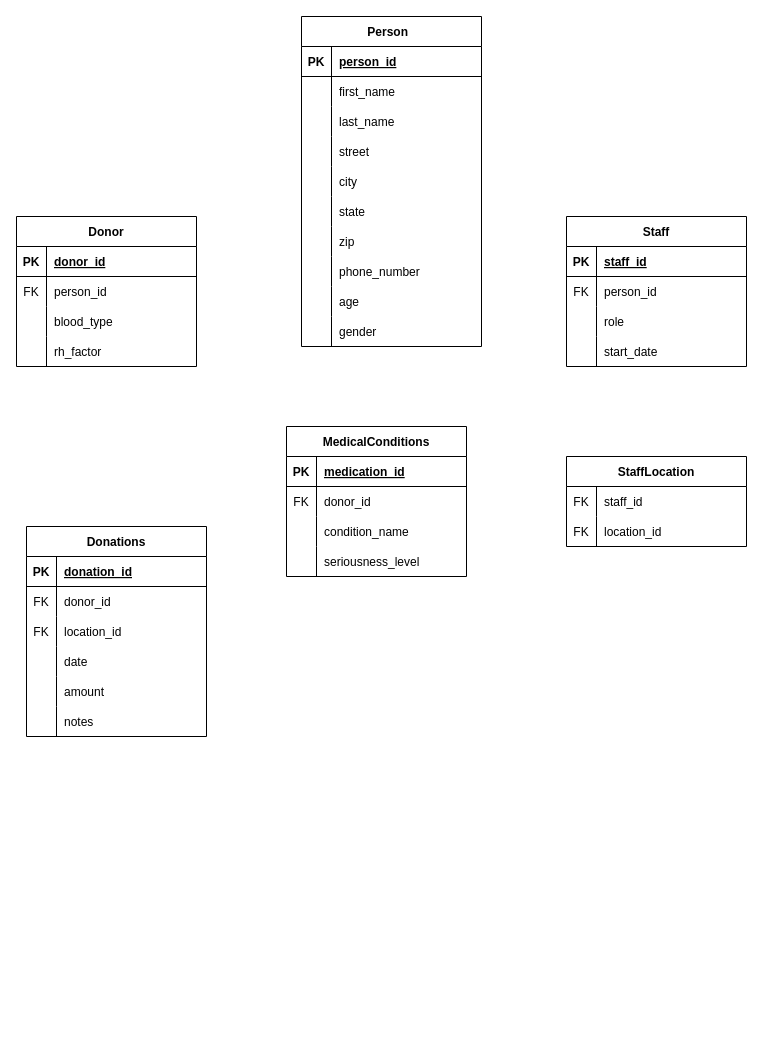
This is SQLER.drawio from GitLlamma/UML_Diagrams, a draw.io file, before an edit. Source tidied: cells renumbered, new cells numbered last; positions are measured from the earlier drawing's top-left corner, leaving out a move shared by most shapes. Both pictures are drawn from the tidied source at 100%, with x=0, y=0 at pixel (16, 16).
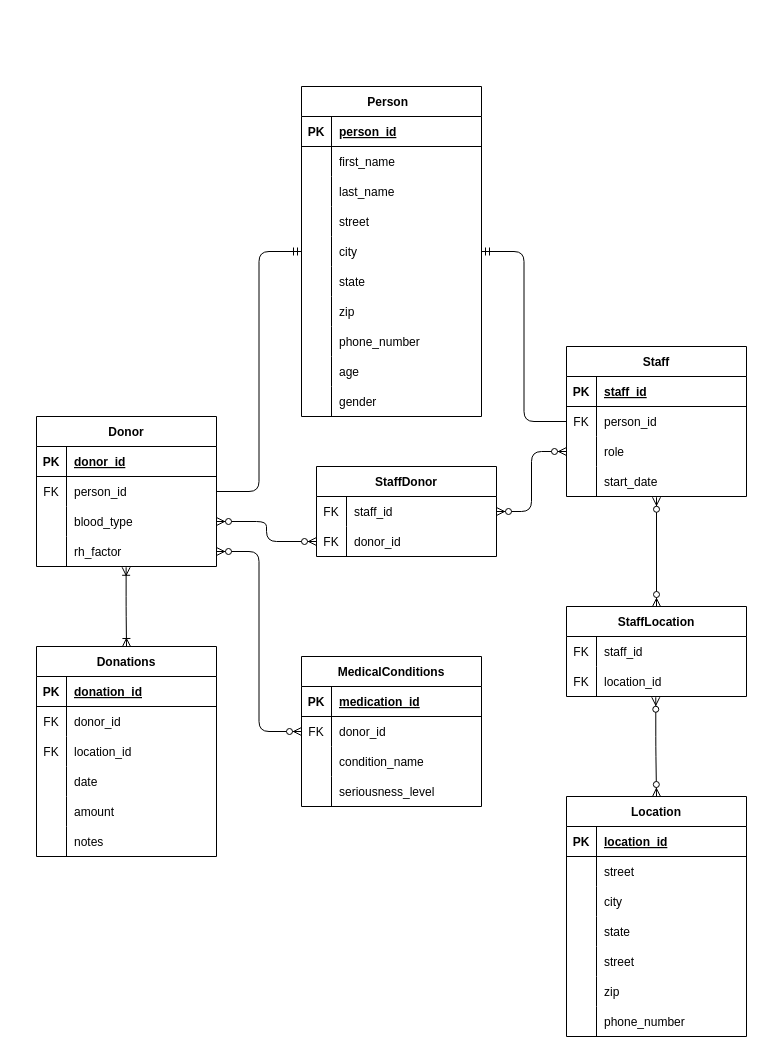
After the change.

The change refers to these unchanged cells:
```xml
<mxCell id="15" style="shape=tableRow;horizontal=0;startSize=0;swimlaneHead=0;swimlaneBody=0;fillColor=none;points=[[0,0.5],[1,0.5]];portConstraint=eastwest;top=0;left=0;right=0;bottom=0;" parent="2" vertex="1">
  <mxGeometry y="150" width="180" height="30" as="geometry" />
</mxCell>
<mxCell id="37" style="shape=tableRow;horizontal=0;startSize=0;swimlaneHead=0;swimlaneBody=0;fillColor=none;points=[[0,0.5],[1,0.5]];portConstraint=eastwest;top=0;left=0;right=0;bottom=0;" parent="33" vertex="1">
  <mxGeometry y="60" width="180" height="30" as="geometry" />
</mxCell>
<mxCell id="40" style="shape=tableRow;horizontal=0;startSize=0;swimlaneHead=0;swimlaneBody=0;fillColor=none;points=[[0,0.5],[1,0.5]];portConstraint=eastwest;top=0;left=0;right=0;bottom=0;" parent="33" vertex="1">
  <mxGeometry y="90" width="180" height="30" as="geometry" />
</mxCell>
<mxCell id="43" style="shape=tableRow;horizontal=0;startSize=0;swimlaneHead=0;swimlaneBody=0;fillColor=none;points=[[0,0.5],[1,0.5]];portConstraint=eastwest;top=0;left=0;right=0;bottom=0;" parent="33" vertex="1">
  <mxGeometry y="120" width="180" height="30" as="geometry" />
</mxCell>
<mxCell id="50" style="shape=tableRow;horizontal=0;startSize=0;swimlaneHead=0;swimlaneBody=0;fillColor=none;points=[[0,0.5],[1,0.5]];portConstraint=eastwest;top=0;left=0;right=0;bottom=0;" parent="46" vertex="1">
  <mxGeometry y="60" width="180" height="30" as="geometry" />
</mxCell>
<mxCell id="53" style="shape=tableRow;horizontal=0;startSize=0;swimlaneHead=0;swimlaneBody=0;fillColor=none;points=[[0,0.5],[1,0.5]];portConstraint=eastwest;top=0;left=0;right=0;bottom=0;" parent="46" vertex="1">
  <mxGeometry y="90" width="180" height="30" as="geometry" />
</mxCell>
<mxCell id="56" style="shape=tableRow;horizontal=0;startSize=0;swimlaneHead=0;swimlaneBody=0;fillColor=none;points=[[0,0.5],[1,0.5]];portConstraint=eastwest;top=0;left=0;right=0;bottom=0;" parent="46" vertex="1">
  <mxGeometry y="120" width="180" height="30" as="geometry" />
</mxCell>
<mxCell id="63" style="shape=tableRow;horizontal=0;startSize=0;swimlaneHead=0;swimlaneBody=0;fillColor=none;points=[[0,0.5],[1,0.5]];portConstraint=eastwest;top=0;left=0;right=0;bottom=0;" parent="59" vertex="1">
  <mxGeometry y="60" width="180" height="30" as="geometry" />
</mxCell>
<mxCell id="95" style="shape=tableRow;horizontal=0;startSize=0;swimlaneHead=0;swimlaneBody=0;fillColor=none;points=[[0,0.5],[1,0.5]];portConstraint=eastwest;top=0;left=0;right=0;bottom=0;" parent="91" vertex="1">
  <mxGeometry y="60" width="180" height="30" as="geometry" />
</mxCell>
```

The edit, as a diff of the source:
```diff
@@
     <mxCell id="2" value="Person  " style="shape=table;startSize=30;childLayout=tableLayout;rowLines=0;fontStyle=1;align=center;" parent="1" vertex="1">
-      <mxGeometry x="285" width="180" height="330" as="geometry" />
+      <mxGeometry x="285" y="70" width="180" height="330" as="geometry" />
     </mxCell>
@@
     <mxCell id="33" value="Donor" style="shape=table;startSize=30;childLayout=tableLayout;rowLines=0;fontStyle=1;align=center;" parent="1" vertex="1">
-      <mxGeometry y="200" width="180" height="150" as="geometry" />
+      <mxGeometry x="20" y="400" width="180" height="150" as="geometry" />
     </mxCell>
@@
     <mxCell id="46" value="Staff" style="shape=table;startSize=30;childLayout=tableLayout;rowLines=0;fontStyle=1;align=center;" parent="1" vertex="1">
-      <mxGeometry x="550" y="200" width="180" height="150" as="geometry" />
+      <mxGeometry x="550" y="330" width="180" height="150" as="geometry" />
     </mxCell>
@@
     <mxCell id="59" value="MedicalConditions" style="shape=table;startSize=30;childLayout=tableLayout;rowLines=0;fontStyle=1;align=center;" parent="1" vertex="1">
-      <mxGeometry x="270" y="410" width="180" height="150" as="geometry" />
+      <mxGeometry x="285" y="640" width="180" height="150" as="geometry" />
     </mxCell>
@@
     <mxCell id="72" value="Donations" style="shape=table;startSize=30;childLayout=tableLayout;rowLines=0;fontStyle=1;align=center;" parent="1" vertex="1">
-      <mxGeometry x="10" y="510" width="180" height="210" as="geometry" />
+      <mxGeometry x="20" y="630" width="180" height="210" as="geometry" />
     </mxCell>
@@
     <mxCell id="91" value="StaffLocation" style="shape=table;startSize=30;childLayout=tableLayout;rowLines=0;fontStyle=1;align=center;" parent="1" vertex="1">
-      <mxGeometry x="550" y="440" width="180" height="90" as="geometry" />
+      <mxGeometry x="550" y="590" width="180" height="90" as="geometry" />
     </mxCell>
@@
+    <mxCell id="98" value="Location" style="shape=table;startSize=30;childLayout=tableLayout;rowLines=0;fontStyle=1;align=center;" parent="1" vertex="1">
+      <mxGeometry x="550" y="780" width="180" height="240" as="geometry" />
+    </mxCell>
+    <mxCell id="99" style="shape=tableRow;horizontal=0;startSize=0;swimlaneHead=0;swimlaneBody=0;fillColor=none;top=0;left=0;right=0;bottom=1;" parent="98" vertex="1">
+      <mxGeometry y="30" width="180" height="30" as="geometry" />
+    </mxCell>
+    <mxCell id="100" value="PK" style="shape=partialRectangle;fillColor=none;top=0;left=0;bottom=0;right=0;fontStyle=1;overflow=hidden;" parent="99" vertex="1">
+      <mxGeometry width="30" height="30" as="geometry" />
+    </mxCell>
+    <mxCell id="101" value="location_id" style="shape=partialRectangle;fillColor=none;top=0;left=0;bottom=0;right=0;align=left;spacingLeft=6;fontStyle=5;overflow=hidden;" parent="99" vertex="1">
+      <mxGeometry x="30" width="150" height="30" as="geometry" />
+    </mxCell>
+    <mxCell id="102" style="shape=tableRow;horizontal=0;startSize=0;swimlaneHead=0;swimlaneBody=0;fillColor=none;top=0;left=0;right=0;bottom=0;" parent="98" vertex="1">
+      <mxGeometry y="60" width="180" height="30" as="geometry" />
+    </mxCell>
+    <mxCell id="103" style="shape=partialRectangle;fillColor=none;top=0;left=0;bottom=0;right=0;overflow=hidden;" parent="102" vertex="1">
+      <mxGeometry width="30" height="30" as="geometry" />
+    </mxCell>
+    <mxCell id="104" value="street" style="shape=partialRectangle;fillColor=none;top=0;left=0;bottom=0;right=0;align=left;spacingLeft=6;overflow=hidden;" parent="102" vertex="1">
+      <mxGeometry x="30" width="150" height="30" as="geometry" />
+    </mxCell>
+    <mxCell id="105" style="shape=tableRow;horizontal=0;startSize=0;swimlaneHead=0;swimlaneBody=0;fillColor=none;top=0;left=0;right=0;bottom=0;" parent="98" vertex="1">
+      <mxGeometry y="90" width="180" height="30" as="geometry" />
+    </mxCell>
+    <mxCell id="106" style="shape=partialRectangle;fillColor=none;top=0;left=0;bottom=0;right=0;overflow=hidden;" parent="105" vertex="1">
+      <mxGeometry width="30" height="30" as="geometry" />
+    </mxCell>
+    <mxCell id="107" value="city" style="shape=partialRectangle;fillColor=none;top=0;left=0;bottom=0;right=0;align=left;spacingLeft=6;overflow=hidden;" parent="105" vertex="1">
+      <mxGeometry x="30" width="150" height="30" as="geometry" />
+    </mxCell>
+    <mxCell id="108" style="shape=tableRow;horizontal=0;startSize=0;swimlaneHead=0;swimlaneBody=0;fillColor=none;top=0;left=0;right=0;bottom=0;" parent="98" vertex="1">
+      <mxGeometry y="120" width="180" height="30" as="geometry" />
+    </mxCell>
+    <mxCell id="109" style="shape=partialRectangle;fillColor=none;top=0;left=0;bottom=0;right=0;overflow=hidden;" parent="108" vertex="1">
+      <mxGeometry width="30" height="30" as="geometry" />
+    </mxCell>
+    <mxCell id="110" value="state" style="shape=partialRectangle;fillColor=none;top=0;left=0;bottom=0;right=0;align=left;spacingLeft=6;overflow=hidden;" parent="108" vertex="1">
+      <mxGeometry x="30" width="150" height="30" as="geometry" />
+    </mxCell>
+    <mxCell id="111" style="shape=tableRow;horizontal=0;startSize=0;swimlaneHead=0;swimlaneBody=0;fillColor=none;top=0;left=0;right=0;bottom=0;" parent="98" vertex="1">
+      <mxGeometry y="150" width="180" height="30" as="geometry" />
+    </mxCell>
+    <mxCell id="112" style="shape=partialRectangle;fillColor=none;top=0;left=0;bottom=0;right=0;overflow=hidden;" parent="111" vertex="1">
+      <mxGeometry width="30" height="30" as="geometry" />
+    </mxCell>
+    <mxCell id="113" value="street" style="shape=partialRectangle;fillColor=none;top=0;left=0;bottom=0;right=0;align=left;spacingLeft=6;overflow=hidden;" parent="111" vertex="1">
+      <mxGeometry x="30" width="150" height="30" as="geometry" />
+    </mxCell>
+    <mxCell id="114" style="shape=tableRow;horizontal=0;startSize=0;swimlaneHead=0;swimlaneBody=0;fillColor=none;top=0;left=0;right=0;bottom=0;" parent="98" vertex="1">
+      <mxGeometry y="180" width="180" height="30" as="geometry" />
+    </mxCell>
+    <mxCell id="115" style="shape=partialRectangle;fillColor=none;top=0;left=0;bottom=0;right=0;overflow=hidden;" parent="114" vertex="1">
+      <mxGeometry width="30" height="30" as="geometry" />
+    </mxCell>
+    <mxCell id="116" value="zip" style="shape=partialRectangle;fillColor=none;top=0;left=0;bottom=0;right=0;align=left;spacingLeft=6;overflow=hidden;" parent="114" vertex="1">
+      <mxGeometry x="30" width="150" height="30" as="geometry" />
+    </mxCell>
+    <mxCell id="117" style="shape=tableRow;horizontal=0;startSize=0;swimlaneHead=0;swimlaneBody=0;fillColor=none;top=0;left=0;right=0;bottom=0;" parent="98" vertex="1">
+      <mxGeometry y="210" width="180" height="30" as="geometry" />
+    </mxCell>
+    <mxCell id="118" style="shape=partialRectangle;fillColor=none;top=0;left=0;bottom=0;right=0;overflow=hidden;" parent="117" vertex="1">
+      <mxGeometry width="30" height="30" as="geometry" />
+    </mxCell>
+    <mxCell id="119" value="phone_number" style="shape=partialRectangle;fillColor=none;top=0;left=0;bottom=0;right=0;align=left;spacingLeft=6;overflow=hidden;" parent="117" vertex="1">
+      <mxGeometry x="30" width="150" height="30" as="geometry" />
+    </mxCell>
+    <mxCell id="120" style="edgeStyle=orthogonalEdgeStyle;rounded=1;jettySize=auto;html=1;entryX=0.5;entryY=0;entryDx=0;entryDy=0;endArrow=ERoneToMany;fontSize=12;startArrow=ERoneToMany;exitX=0.498;exitY=1.026;exitDx=0;exitDy=0;exitPerimeter=0;" parent="1" edge="1" source="43" target="72">
+      <mxGeometry relative="1" as="geometry" />
+    </mxCell>
+    <mxCell id="121" style="edgeStyle=orthogonalEdgeStyle;rounded=1;jettySize=auto;html=1;exitX=1;exitY=0.5;exitDx=0;exitDy=0;entryX=0;entryY=0.5;entryDx=0;entryDy=0;endArrow=ERzeroToMany;fontSize=12;endFill=1;startArrow=ERzeroToMany;" parent="1" edge="1" source="43" target="63">
+      <mxGeometry relative="1" as="geometry" />
+    </mxCell>
+    <mxCell id="122" style="edgeStyle=orthogonalEdgeStyle;rounded=1;jettySize=auto;html=1;exitX=0.5;exitY=1.026;exitDx=0;exitDy=0;entryX=0.5;entryY=0;entryDx=0;entryDy=0;endArrow=ERzeroToMany;fontSize=12;endFill=1;startArrow=ERzeroToMany;exitPerimeter=0;" parent="1" edge="1" source="56" target="91">
+      <mxGeometry relative="1" as="geometry" />
+    </mxCell>
+    <mxCell id="123" style="edgeStyle=orthogonalEdgeStyle;rounded=1;jettySize=auto;html=1;exitX=0.496;exitY=1.026;exitDx=0;exitDy=0;entryX=0.5;entryY=0;entryDx=0;entryDy=0;endArrow=ERzeroToMany;fontSize=12;endFill=1;startArrow=ERzeroToMany;exitPerimeter=0;" parent="1" edge="1" source="95" target="98">
+      <mxGeometry relative="1" as="geometry" />
+    </mxCell>
+    <mxCell id="124" style="edgeStyle=orthogonalEdgeStyle;rounded=1;jettySize=auto;html=1;exitX=1;exitY=0.5;exitDx=0;exitDy=0;entryX=0;entryY=0.5;entryDx=0;entryDy=0;endArrow=ERmandOne;fontSize=12;" parent="1" edge="1" source="37" target="15">
+      <mxGeometry relative="1" as="geometry" />
+    </mxCell>
+    <mxCell id="125" style="edgeStyle=orthogonalEdgeStyle;rounded=1;jettySize=auto;html=1;exitX=0;exitY=0.5;exitDx=0;exitDy=0;endArrow=ERmandOne;fontSize=12;entryX=1;entryY=0.5;entryDx=0;entryDy=0;" parent="1" edge="1" source="50" target="15">
+      <mxGeometry relative="1" as="geometry" />
+    </mxCell>
+    <mxCell id="126" value="StaffDonor" style="shape=table;startSize=30;childLayout=tableLayout;rowLines=0;fontStyle=1;align=center;" parent="1" vertex="1">
+      <mxGeometry x="300" y="450" width="180" height="90" as="geometry" />
+    </mxCell>
+    <mxCell id="127" style="shape=tableRow;horizontal=0;startSize=0;swimlaneHead=0;swimlaneBody=0;fillColor=none;points=[[0,0.5],[1,0.5]];portConstraint=eastwest;top=0;left=0;right=0;bottom=0;" parent="126" vertex="1">
+      <mxGeometry y="30" width="180" height="30" as="geometry" />
+    </mxCell>
+    <mxCell id="128" value="FK" style="shape=partialRectangle;fillColor=none;top=0;left=0;bottom=0;right=0;fontStyle=0;overflow=hidden;" parent="127" vertex="1">
+      <mxGeometry width="30" height="30" as="geometry" />
+    </mxCell>
+    <mxCell id="129" value="staff_id" style="shape=partialRectangle;fillColor=none;top=0;left=0;bottom=0;right=0;align=left;spacingLeft=6;fontStyle=0;overflow=hidden;" parent="127" vertex="1">
+      <mxGeometry x="30" width="150" height="30" as="geometry" />
+    </mxCell>
+    <mxCell id="130" style="shape=tableRow;horizontal=0;startSize=0;swimlaneHead=0;swimlaneBody=0;fillColor=none;points=[[0,0.5],[1,0.5]];portConstraint=eastwest;top=0;left=0;right=0;bottom=0;" parent="126" vertex="1">
+      <mxGeometry y="60" width="180" height="30" as="geometry" />
+    </mxCell>
+    <mxCell id="131" value="FK" style="shape=partialRectangle;fillColor=none;top=0;left=0;bottom=0;right=0;fontStyle=0;overflow=hidden;" parent="130" vertex="1">
+      <mxGeometry width="30" height="30" as="geometry" />
+    </mxCell>
+    <mxCell id="132" value="donor_id" style="shape=partialRectangle;fillColor=none;top=0;left=0;bottom=0;right=0;align=left;spacingLeft=6;fontStyle=0;overflow=hidden;" parent="130" vertex="1">
+      <mxGeometry x="30" width="150" height="30" as="geometry" />
+    </mxCell>
+    <mxCell id="133" style="edgeStyle=orthogonalEdgeStyle;rounded=1;jettySize=auto;html=1;exitX=0;exitY=0.5;exitDx=0;exitDy=0;entryX=1;entryY=0.5;entryDx=0;entryDy=0;endArrow=ERzeroToMany;fontSize=12;endFill=1;startArrow=ERzeroToMany;" parent="1" edge="1" source="53" target="127">
+      <mxGeometry relative="1" as="geometry" />
+    </mxCell>
+    <mxCell id="134" style="edgeStyle=orthogonalEdgeStyle;rounded=1;jettySize=auto;html=1;exitX=0;exitY=0.5;exitDx=0;exitDy=0;entryX=1;entryY=0.5;entryDx=0;entryDy=0;endArrow=ERzeroToMany;fontSize=12;endFill=1;startArrow=ERzeroToMany;" parent="1" edge="1" source="130" target="40">
+      <mxGeometry relative="1" as="geometry" />
+    </mxCell>
```
